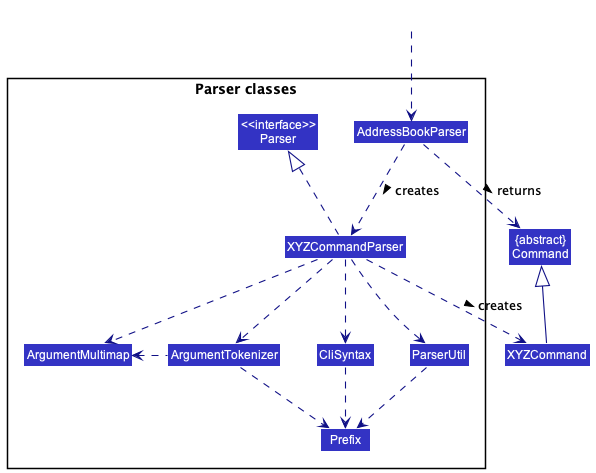
Earlier version of the PlantUML export docs/images/ParserClasses.png (nus-cs2103-AY2223S1/tp).
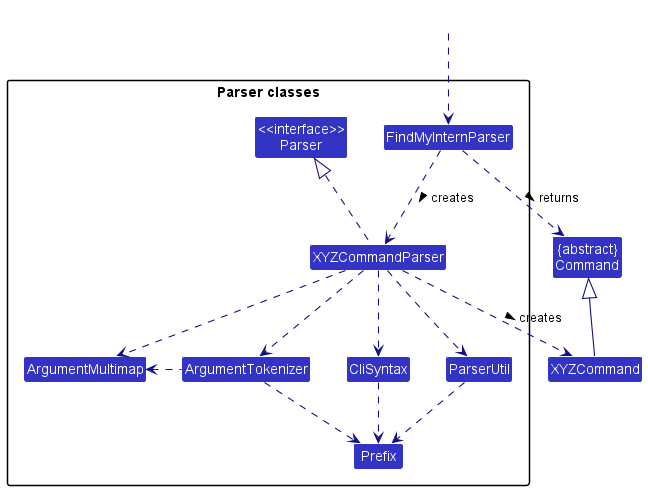
Later version of the same file.

The edit, as a diff of the source:
```diff
@@ -9,7 +9,7 @@
 
 package "Parser classes"{
 Class "<<interface>>\nParser" as Parser
-Class AddressBookParser
+Class FindMyInternParser
 Class XYZCommandParser
 Class CliSyntax
 Class ParserUtil
@@ -19,12 +19,12 @@
 }
 
 Class HiddenOutside #FFFFFF
-HiddenOutside ..> AddressBookParser
+HiddenOutside ..> FindMyInternParser
 
-AddressBookParser .down.> XYZCommandParser: creates >
+FindMyInternParser .down.> XYZCommandParser: creates >
 
 XYZCommandParser ..> XYZCommand : creates >
-AddressBookParser ..> Command : returns >
+FindMyInternParser ..> Command : returns >
 XYZCommandParser .up.|> Parser
 XYZCommandParser ..> ArgumentMultimap
 XYZCommandParser ..> ArgumentTokenizer
```
